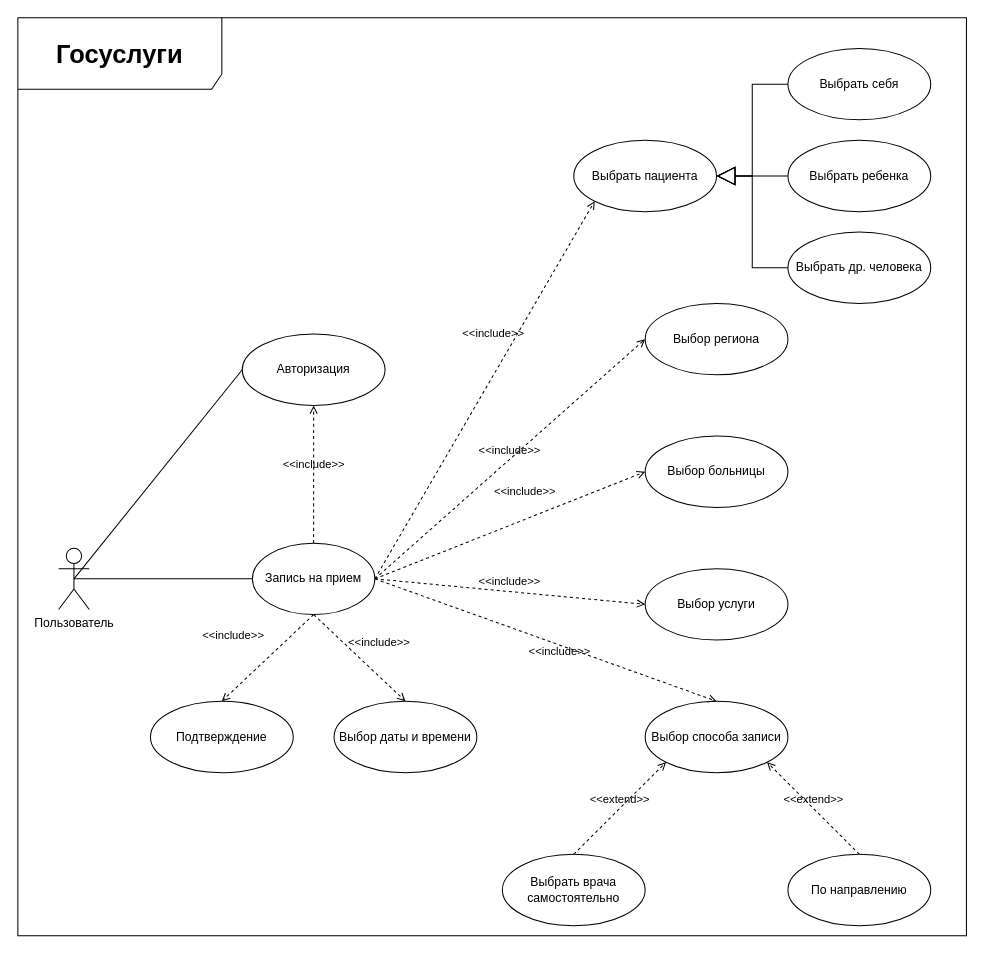
Before: lab3/.drawio/gos.drawio in nedeadinside/oaoaoaoaoaoaoaoa, a draw.io diagram. Source tidied: cells renumbered, new cells numbered last; positions are measured from the earlier drawing's top-left corner, leaving out a move shared by most shapes. Both pictures are drawn from the tidied source at 102%, with x=0, y=0 at pixel (17, 17).
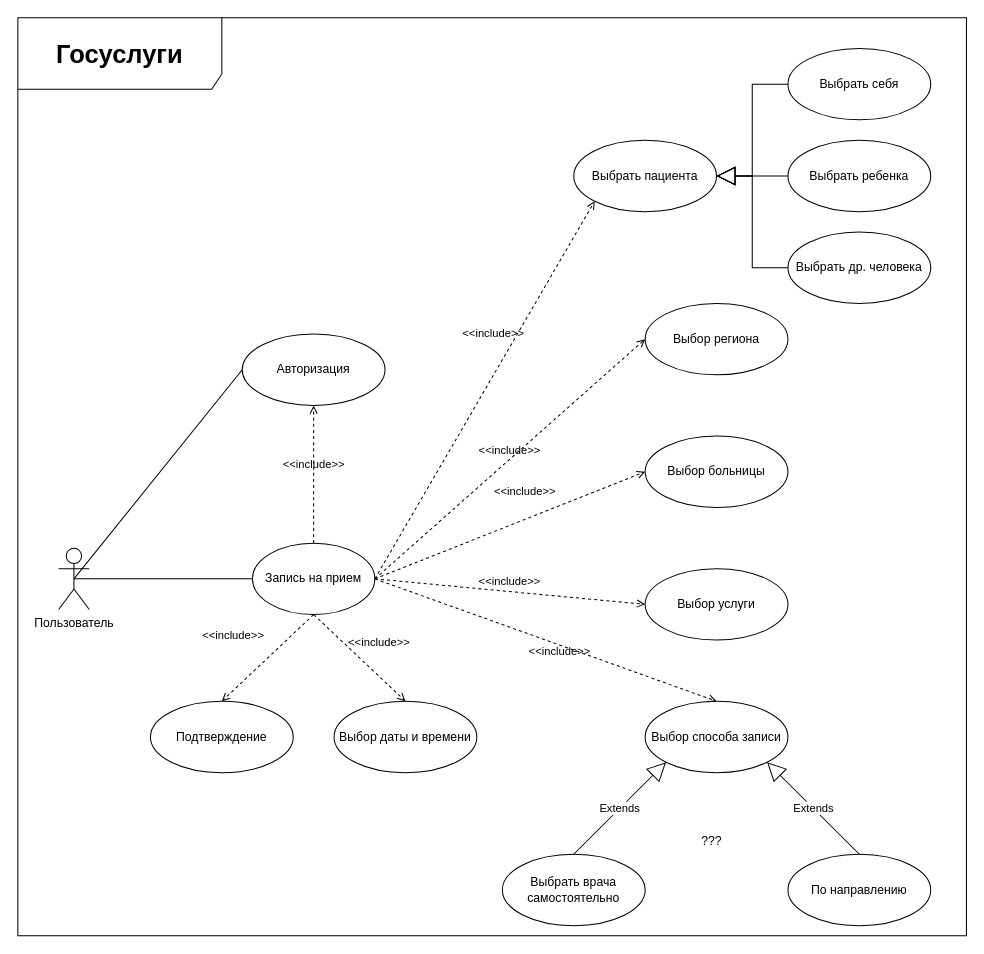
After the change.

The change refers to these unchanged cells:
```xml
<mxCell id="11" value="Выбор способа записи" style="ellipse;whiteSpace=wrap;html=1;" parent="1" vertex="1">
  <mxGeometry x="615" y="670" width="140" height="70" as="geometry" />
</mxCell>
<mxCell id="28" value="По направлению" style="ellipse;whiteSpace=wrap;html=1;" parent="1" vertex="1">
  <mxGeometry x="755" y="820" width="140" height="70" as="geometry" />
</mxCell>
<mxCell id="29" value="Выбрать врача самостоятельно" style="ellipse;whiteSpace=wrap;html=1;" parent="1" vertex="1">
  <mxGeometry x="475" y="820" width="140" height="70" as="geometry" />
</mxCell>
```

The edit, as a diff of the source:
```diff
@@
+    <mxCell id="32" value="&lt;b style=&quot;font-size: 25px; text-wrap-mode: nowrap;&quot;&gt;Госуслуги&lt;/b&gt;" style="shape=umlFrame;whiteSpace=wrap;html=1;width=200;height=70;" parent="1" vertex="1">
+      <mxGeometry width="930" height="900" as="geometry" />
+    </mxCell>
-    <mxCell id="30" value="&amp;lt;&amp;lt;extend&amp;gt;&amp;gt;" style="html=1;verticalAlign=bottom;labelBackgroundColor=none;endArrow=open;endFill=0;dashed=1;rounded=0;exitX=0.5;exitY=0;exitDx=0;exitDy=0;entryX=0;entryY=1;entryDx=0;entryDy=0;" parent="1" edge="1" source="29" target="11">
+    <mxCell id="30" value="Extends" style="endArrow=block;endSize=16;endFill=0;html=1;rounded=0;exitX=0.5;exitY=0;exitDx=0;exitDy=0;entryX=0;entryY=1;entryDx=0;entryDy=0;" parent="1" edge="1" source="29" target="11">
       <mxGeometry relative="1" as="geometry" />
     </mxCell>
-    <mxCell id="31" value="&amp;lt;&amp;lt;extend&amp;gt;&amp;gt;" style="html=1;verticalAlign=bottom;labelBackgroundColor=none;endArrow=open;endFill=0;dashed=1;rounded=0;exitX=0.5;exitY=0;exitDx=0;exitDy=0;entryX=1;entryY=1;entryDx=0;entryDy=0;" parent="1" edge="1" source="28" target="11">
+    <mxCell id="31" value="Extends" style="endArrow=block;endSize=16;endFill=0;html=1;rounded=0;exitX=0.5;exitY=0;exitDx=0;exitDy=0;entryX=1;entryY=1;entryDx=0;entryDy=0;" parent="1" edge="1" source="28" target="11">
       <mxGeometry relative="1" as="geometry" />
     </mxCell>
-    <mxCell id="32" value="&lt;b style=&quot;font-size: 25px; text-wrap-mode: nowrap;&quot;&gt;Госуслуги&lt;/b&gt;" style="shape=umlFrame;whiteSpace=wrap;html=1;width=200;height=70;" parent="1" vertex="1">
-      <mxGeometry width="930" height="900" as="geometry" />
-    </mxCell>
+    <mxCell id="33" value="???" style="text;html=1;align=center;verticalAlign=middle;strokeColor=none;fillColor=none;" parent="1" vertex="1">
+      <mxGeometry x="660" y="792" width="40" height="30" as="geometry" />
+    </mxCell>
```
